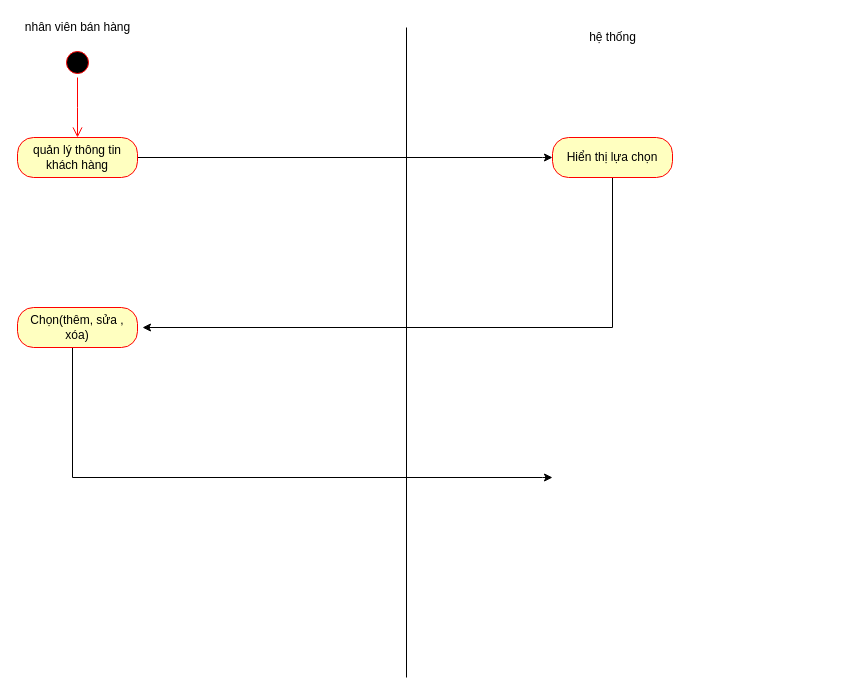
Earlier version of the draw.io diagram page "Page-5" (3 of 16) of Untitled Diagram.drawio (sonha1/aaaa). Source tidied: cells renumbered, new cells numbered last; positions are measured from the earlier drawing's top-left corner, leaving out a move shared by most shapes. Both pictures are drawn from the tidied source at 100%, with x=0, y=0 at pixel (17, 17).
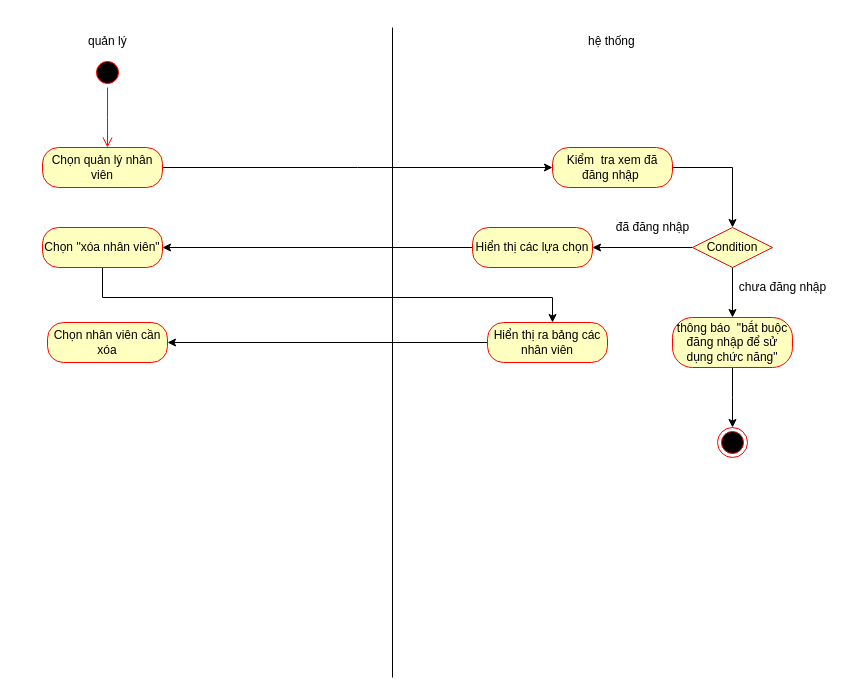
The same page after the edit.

Diff of the diagram source:
```diff
@@
-    <mxCell id="2" style="endArrow=none;html=1;edgeStyle=orthogonalEdgeStyle;rounded=0;" parent="1" edge="1">
-      <mxGeometry relative="1" as="geometry">
-        <mxPoint x="389" y="660" as="sourcePoint" />
-        <mxPoint x="389" y="10" as="targetPoint" />
-        <Array as="points">
-          <mxPoint x="389" y="10" />
-        </Array>
-      </mxGeometry>
-    </mxCell>
-    <mxCell id="3" value="nhân viên bán hàng" style="text;html=1;align=center;verticalAlign=middle;strokeColor=none;fillColor=none;" parent="1" vertex="1">
-      <mxGeometry width="120" height="20" as="geometry" />
-    </mxCell>
+    <mxCell id="13" value="quản lý" style="text;strokeColor=none;fillColor=none;align=left;verticalAlign=top;spacingLeft=4;spacingRight=4;overflow=hidden;" parent="1" vertex="1">
+      <mxGeometry x="65" y="10" width="100" height="26" as="geometry" />
+    </mxCell>
-    <mxCell id="4" value="hệ thống" style="text;html=1;align=center;verticalAlign=middle;strokeColor=none;fillColor=none;" parent="1" vertex="1">
-      <mxGeometry x="565" y="10" width="60" height="20" as="geometry" />
+    <mxCell id="4" value="hệ thống" style="text;strokeColor=none;fillColor=none;align=left;verticalAlign=top;spacingLeft=4;spacingRight=4;overflow=hidden;" parent="1" vertex="1">
+      <mxGeometry x="565" y="10" width="100" height="26" as="geometry" />
     </mxCell>
-    <mxCell id="5" style="ellipse;html=1;shape=startState;fillColor=#000000;strokeColor=#ff0000;" parent="1" vertex="1">
-      <mxGeometry x="45" y="30" width="30" height="30" as="geometry" />
-    </mxCell>
-    <mxCell id="6" style="edgeStyle=orthogonalEdgeStyle;html=1;verticalAlign=bottom;endArrow=open;endSize=8;strokeColor=#ff0000;rounded=0;" parent="1" edge="1" source="5">
-      <mxGeometry relative="1" as="geometry">
-        <mxPoint x="60" y="120" as="targetPoint" />
-      </mxGeometry>
-    </mxCell>
-    <mxCell id="7" style="edgeStyle=orthogonalEdgeStyle;rounded=0;jettySize=auto;html=1;" parent="1" edge="1" source="8">
-      <mxGeometry relative="1" as="geometry">
-        <mxPoint x="535" y="140" as="targetPoint" />
-        <Array as="points">
-          <mxPoint x="525" y="140" />
-          <mxPoint x="525" y="140" />
-        </Array>
-      </mxGeometry>
-    </mxCell>
-    <mxCell id="8" value="quản lý thông tin khách hàng" style="rounded=1;whiteSpace=wrap;html=1;arcSize=40;fontColor=#000000;fillColor=#ffffc0;strokeColor=#ff0000;" parent="1" vertex="1">
-      <mxGeometry y="120" width="120" height="40" as="geometry" />
-    </mxCell>
-    <mxCell id="9" style="edgeStyle=orthogonalEdgeStyle;rounded=0;jettySize=auto;html=1;" parent="1" edge="1" source="10">
-      <mxGeometry relative="1" as="geometry">
-        <mxPoint x="125" y="310" as="targetPoint" />
-        <Array as="points">
-          <mxPoint x="595" y="310" />
-        </Array>
-      </mxGeometry>
-    </mxCell>
-    <mxCell id="10" value="Hiển thị lựa chọn" style="rounded=1;whiteSpace=wrap;html=1;arcSize=40;fontColor=#000000;fillColor=#ffffc0;strokeColor=#ff0000;" parent="1" vertex="1">
-      <mxGeometry x="535" y="120" width="120" height="40" as="geometry" />
-    </mxCell>
-    <mxCell id="11" style="edgeStyle=orthogonalEdgeStyle;rounded=0;jettySize=auto;html=1;" parent="1" edge="1" source="12">
-      <mxGeometry relative="1" as="geometry">
-        <mxPoint x="535" y="460" as="targetPoint" />
-        <Array as="points">
-          <mxPoint x="55" y="460" />
-          <mxPoint x="525" y="460" />
-        </Array>
-      </mxGeometry>
-    </mxCell>
-    <mxCell id="12" value="Chọn(thêm, sửa , xóa)" style="rounded=1;whiteSpace=wrap;html=1;arcSize=40;fontColor=#000000;fillColor=#ffffc0;strokeColor=#ff0000;" parent="1" vertex="1">
-      <mxGeometry y="290" width="120" height="40" as="geometry" />
-    </mxCell>
+    <mxCell id="14" style="endArrow=none;html=1;edgeStyle=orthogonalEdgeStyle;rounded=0;" parent="1" edge="1">
+      <mxGeometry relative="1" as="geometry">
+        <mxPoint x="375" y="660" as="sourcePoint" />
+        <mxPoint x="375" y="10" as="targetPoint" />
+        <Array as="points">
+          <mxPoint x="375" y="10" />
+        </Array>
+      </mxGeometry>
+    </mxCell>
+    <mxCell id="15" style="ellipse;html=1;shape=startState;fillColor=#000000;strokeColor=#ff0000;" parent="1" vertex="1">
+      <mxGeometry x="75" y="40" width="30" height="30" as="geometry" />
+    </mxCell>
+    <mxCell id="16" style="edgeStyle=orthogonalEdgeStyle;html=1;verticalAlign=bottom;endArrow=open;endSize=8;strokeColor=#ff0000;rounded=0;" parent="1" edge="1" source="15">
+      <mxGeometry relative="1" as="geometry">
+        <mxPoint x="90" y="130" as="targetPoint" />
+      </mxGeometry>
+    </mxCell>
+    <mxCell id="17" style="edgeStyle=orthogonalEdgeStyle;rounded=0;jettySize=auto;html=1;" parent="1" edge="1" source="18">
+      <mxGeometry relative="1" as="geometry">
+        <mxPoint x="535" y="150" as="targetPoint" />
+      </mxGeometry>
+    </mxCell>
+    <mxCell id="18" value="Chọn quản lý nhân viên" style="rounded=1;whiteSpace=wrap;html=1;arcSize=40;fontColor=#000000;fillColor=#ffffc0;strokeColor=#ff0000;" parent="1" vertex="1">
+      <mxGeometry x="25" y="130" width="120" height="40" as="geometry" />
+    </mxCell>
+    <mxCell id="19" style="edgeStyle=orthogonalEdgeStyle;rounded=0;jettySize=auto;html=1;" parent="1" edge="1" source="20" target="23">
+      <mxGeometry relative="1" as="geometry" />
+    </mxCell>
+    <mxCell id="20" value="Kiểm&amp;nbsp; tra xem đã đăng nhập&amp;nbsp;" style="rounded=1;whiteSpace=wrap;html=1;arcSize=40;fontColor=#000000;fillColor=#ffffc0;strokeColor=#ff0000;" parent="1" vertex="1">
+      <mxGeometry x="535" y="130" width="120" height="40" as="geometry" />
+    </mxCell>
+    <mxCell id="21" style="edgeStyle=orthogonalEdgeStyle;rounded=0;jettySize=auto;html=1;entryX=1;entryY=0.5;entryDx=0;entryDy=0;" parent="1" edge="1" source="23" target="25">
+      <mxGeometry relative="1" as="geometry" />
+    </mxCell>
+    <mxCell id="22" style="edgeStyle=orthogonalEdgeStyle;rounded=0;jettySize=auto;html=1;" parent="1" edge="1" source="23" target="28">
+      <mxGeometry relative="1" as="geometry" />
+    </mxCell>
+    <mxCell id="23" value="Condition" style="rhombus;whiteSpace=wrap;html=1;fillColor=#ffffc0;strokeColor=#ff0000;" parent="1" vertex="1">
+      <mxGeometry x="675" y="210" width="80" height="40" as="geometry" />
+    </mxCell>
+    <mxCell id="24" style="edgeStyle=orthogonalEdgeStyle;rounded=0;jettySize=auto;html=1;" parent="1" edge="1" source="25">
+      <mxGeometry relative="1" as="geometry">
+        <mxPoint x="145" y="230" as="targetPoint" />
+      </mxGeometry>
+    </mxCell>
+    <mxCell id="25" value="Hiển thị các lựa chọn" style="rounded=1;whiteSpace=wrap;html=1;arcSize=40;fontColor=#000000;fillColor=#ffffc0;strokeColor=#ff0000;" parent="1" vertex="1">
+      <mxGeometry x="455" y="210" width="120" height="40" as="geometry" />
+    </mxCell>
+    <mxCell id="26" value="đã đăng nhập" style="text;html=1;align=center;verticalAlign=middle;strokeColor=none;fillColor=none;" parent="1" vertex="1">
+      <mxGeometry x="590" y="200" width="90" height="20" as="geometry" />
+    </mxCell>
+    <mxCell id="27" style="edgeStyle=orthogonalEdgeStyle;rounded=0;jettySize=auto;html=1;entryX=0.5;entryY=0;entryDx=0;entryDy=0;" parent="1" edge="1" source="28">
+      <mxGeometry relative="1" as="geometry">
+        <mxPoint x="715" y="410" as="targetPoint" />
+      </mxGeometry>
+    </mxCell>
+    <mxCell id="28" value="thông báo&amp;nbsp; &quot;bắt buộc đăng nhập để sử dụng chức năng&quot;" style="rounded=1;whiteSpace=wrap;html=1;arcSize=40;fontColor=#000000;fillColor=#ffffc0;strokeColor=#ff0000;" parent="1" vertex="1">
+      <mxGeometry x="655" y="300" width="120" height="50" as="geometry" />
+    </mxCell>
+    <mxCell id="29" style="edgeStyle=orthogonalEdgeStyle;rounded=0;jettySize=auto;html=1;entryX=0.542;entryY=0;entryDx=0;entryDy=0;entryPerimeter=0;" parent="1" edge="1" source="30" target="32">
+      <mxGeometry relative="1" as="geometry">
+        <Array as="points">
+          <mxPoint x="85" y="280" />
+          <mxPoint x="535" y="280" />
+        </Array>
+      </mxGeometry>
+    </mxCell>
+    <mxCell id="30" value="Chọn &quot;xóa nhân viên&quot;" style="rounded=1;whiteSpace=wrap;html=1;arcSize=40;fontColor=#000000;fillColor=#ffffc0;strokeColor=#ff0000;" parent="1" vertex="1">
+      <mxGeometry x="25" y="210" width="120" height="40" as="geometry" />
+    </mxCell>
+    <mxCell id="31" style="edgeStyle=orthogonalEdgeStyle;rounded=0;jettySize=auto;html=1;entryX=1;entryY=0.5;entryDx=0;entryDy=0;" parent="1" edge="1" source="32" target="33">
+      <mxGeometry relative="1" as="geometry" />
+    </mxCell>
+    <mxCell id="32" value="Hiển thị ra bảng các nhân viên" style="rounded=1;whiteSpace=wrap;html=1;arcSize=40;fontColor=#000000;fillColor=#ffffc0;strokeColor=#ff0000;" parent="1" vertex="1">
+      <mxGeometry x="470" y="305" width="120" height="40" as="geometry" />
+    </mxCell>
+    <mxCell id="33" value="Chọn nhân viên cần xóa" style="rounded=1;whiteSpace=wrap;html=1;arcSize=40;fontColor=#000000;fillColor=#ffffc0;strokeColor=#ff0000;" parent="1" vertex="1">
+      <mxGeometry x="30" y="305" width="120" height="40" as="geometry" />
+    </mxCell>
+    <mxCell id="34" value="chưa đăng nhập" style="text;html=1;align=center;verticalAlign=middle;strokeColor=none;fillColor=none;" parent="1" vertex="1">
+      <mxGeometry x="715" y="260" width="100" height="20" as="geometry" />
+    </mxCell>
+    <mxCell id="35" style="ellipse;html=1;shape=endState;fillColor=#000000;strokeColor=#ff0000;" parent="1" vertex="1">
+      <mxGeometry x="700" y="410" width="30" height="30" as="geometry" />
+    </mxCell>
```
